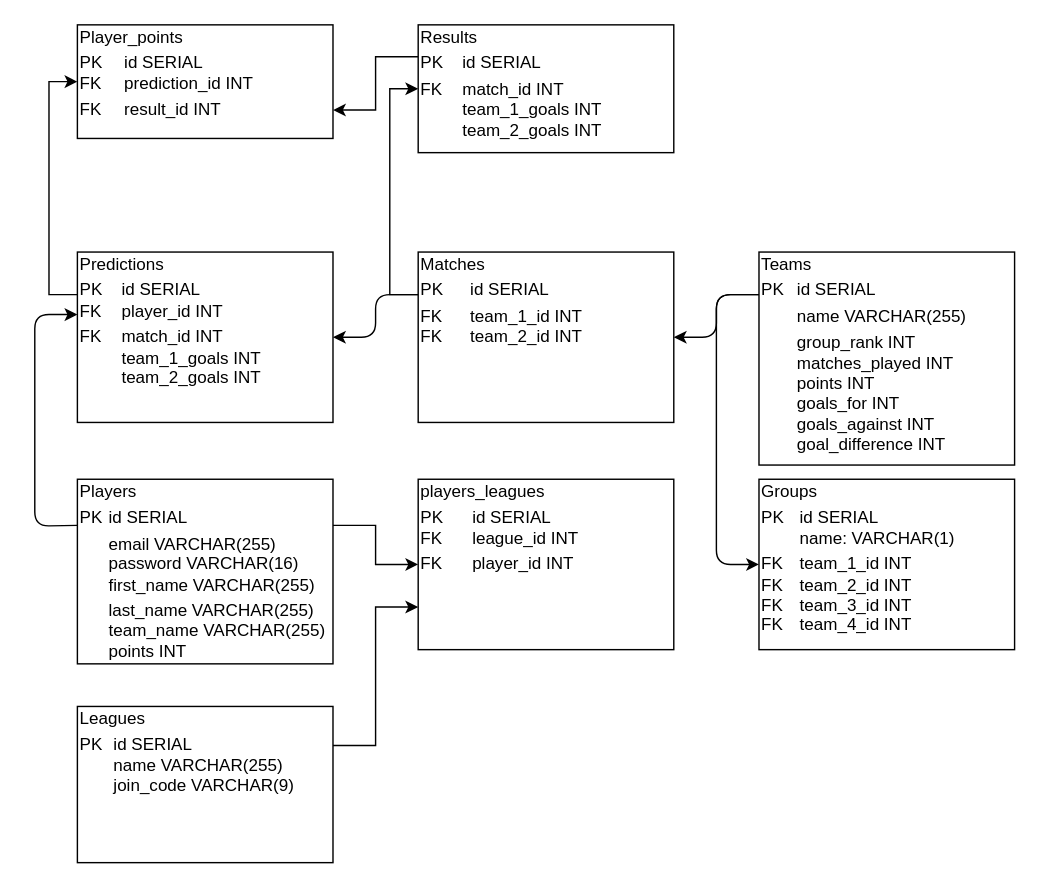
The draw.io diagram planning/db_diagram.drawio in Stanhoucke/euros_predictor, before the edit. Source tidied: cells renumbered, new cells numbered last; positions are measured from the earlier drawing's top-left corner, leaving out a move shared by most shapes. Both pictures are drawn from the tidied source at 142%, with x=0, y=0 at pixel (34, 24).
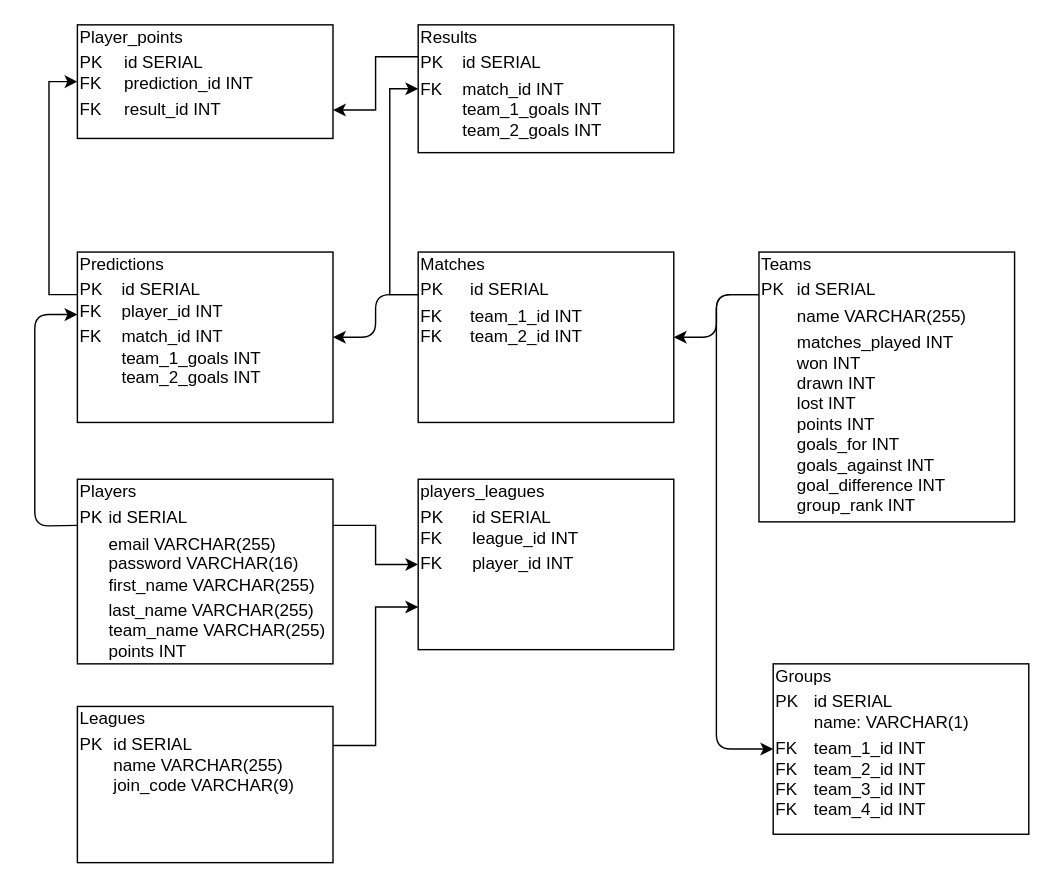
Above is the later version.

Commit message (it also covers changes not shown here):
refactored team and group classes

What changed in the source:
```diff
@@
-    <mxCell id="4" value="&lt;div style=&quot;box-sizing: border-box ; width: 100% ; padding: 2px&quot;&gt;Teams&lt;/div&gt;&lt;table style=&quot;width: 100% ; font-size: 1em&quot; cellpadding=&quot;2&quot; cellspacing=&quot;0&quot;&gt;&lt;tbody&gt;&lt;tr&gt;&lt;td&gt;PK&lt;/td&gt;&lt;td&gt;id SERIAL&lt;/td&gt;&lt;/tr&gt;&lt;tr&gt;&lt;td&gt;&lt;br&gt;&lt;/td&gt;&lt;td&gt;name VARCHAR(255)&lt;/td&gt;&lt;/tr&gt;&lt;tr&gt;&lt;td&gt;&lt;/td&gt;&lt;td&gt;group_rank INT&lt;br&gt;matches_played INT&lt;br&gt;points INT&lt;br&gt;goals_for INT&lt;br&gt;goals_against INT&lt;br&gt;goal_difference INT&lt;/td&gt;&lt;/tr&gt;&lt;/tbody&gt;&lt;/table&gt;" style="verticalAlign=top;align=left;overflow=fill;html=1;labelBackgroundColor=none;" parent="1" vertex="1">
-      <mxGeometry x="510" y="160" width="180" height="150" as="geometry" />
+    <mxCell id="4" value="&lt;div style=&quot;box-sizing: border-box ; width: 100% ; padding: 2px&quot;&gt;Teams&lt;/div&gt;&lt;table style=&quot;width: 100% ; font-size: 1em&quot; cellpadding=&quot;2&quot; cellspacing=&quot;0&quot;&gt;&lt;tbody&gt;&lt;tr&gt;&lt;td&gt;PK&lt;/td&gt;&lt;td&gt;id SERIAL&lt;/td&gt;&lt;/tr&gt;&lt;tr&gt;&lt;td&gt;&lt;br&gt;&lt;/td&gt;&lt;td&gt;name VARCHAR(255)&lt;/td&gt;&lt;/tr&gt;&lt;tr&gt;&lt;td&gt;&lt;/td&gt;&lt;td&gt;matches_played INT&lt;br&gt;won INT&lt;br&gt;drawn INT&lt;br&gt;lost INT&lt;br&gt;points INT&lt;br&gt;goals_for INT&lt;br&gt;goals_against INT&lt;br&gt;goal_difference INT&lt;br&gt;group_rank INT&lt;br&gt;&lt;/td&gt;&lt;/tr&gt;&lt;/tbody&gt;&lt;/table&gt;" style="verticalAlign=top;align=left;overflow=fill;html=1;labelBackgroundColor=none;" parent="1" vertex="1">
+      <mxGeometry x="510" y="160" width="180" height="190" as="geometry" />
     </mxCell>
@@
     <mxCell id="8" value="&lt;div style=&quot;box-sizing: border-box ; width: 100% ; padding: 2px&quot;&gt;Groups&lt;/div&gt;&lt;table style=&quot;width: 100% ; font-size: 1em&quot; cellpadding=&quot;2&quot; cellspacing=&quot;0&quot;&gt;&lt;tbody&gt;&lt;tr&gt;&lt;td&gt;PK&lt;br&gt;&lt;br&gt;&lt;/td&gt;&lt;td&gt;id SERIAL&lt;br&gt;name: VARCHAR(1)&lt;/td&gt;&lt;/tr&gt;&lt;tr&gt;&lt;td&gt;FK&lt;br&gt;FK&lt;br&gt;FK&lt;br&gt;FK&lt;br&gt;&lt;br&gt;&lt;/td&gt;&lt;td&gt;team_1_id INT&lt;br&gt;team_2_id INT&lt;br&gt;team_3_id INT&lt;br&gt;team_4_id INT&lt;br&gt;&lt;br&gt;&lt;/td&gt;&lt;/tr&gt;&lt;/tbody&gt;&lt;/table&gt;" style="verticalAlign=top;align=left;overflow=fill;html=1;labelBackgroundColor=none;" parent="1" vertex="1">
-      <mxGeometry x="510" y="320" width="180" height="120" as="geometry" />
+      <mxGeometry x="520" y="450" width="180" height="120" as="geometry" />
     </mxCell>
     <mxCell id="9" style="endArrow=classic;html=1;entryX=0;entryY=0.5;entryDx=0;entryDy=0;" parent="1" edge="1" target="8">
       <mxGeometry relative="1" as="geometry">
         <mxPoint x="510" y="190" as="sourcePoint" />
         <Array as="points">
           <mxPoint x="480" y="190" />
-          <mxPoint x="480" y="380" />
+          <mxPoint x="480" y="510" />
         </Array>
       </mxGeometry>
     </mxCell>
```
